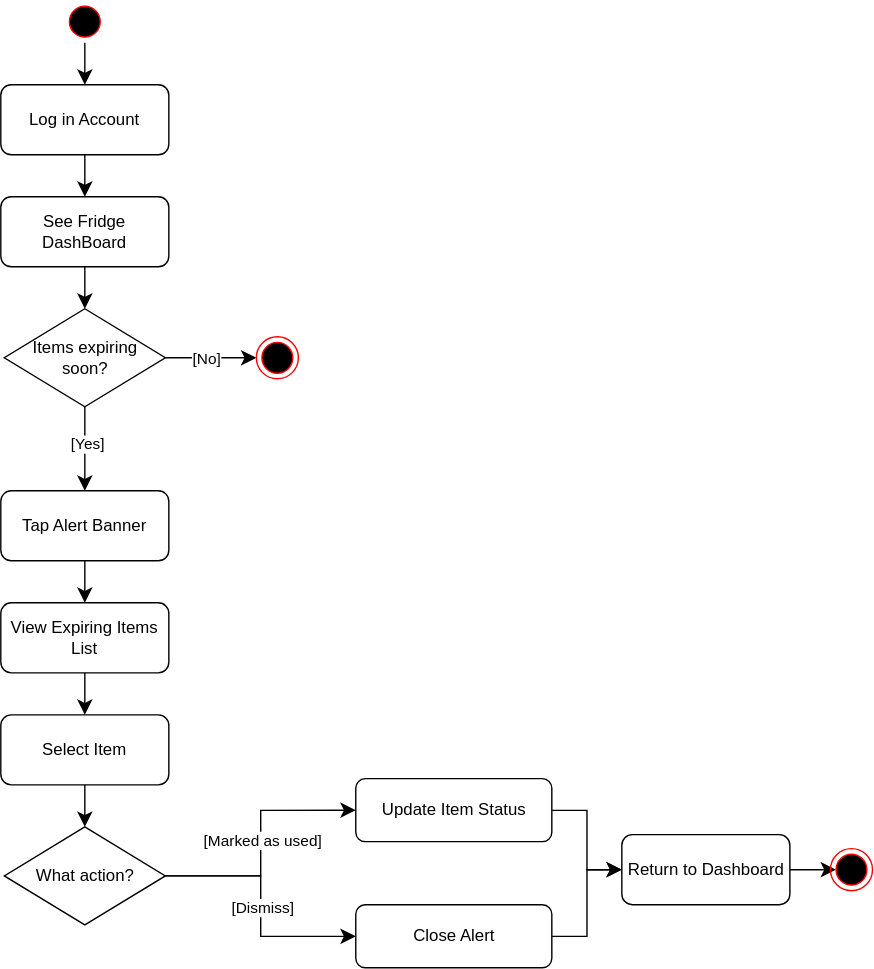
Before: diagrams/individual-10.svg, a diagram exported from draw.io (thk224/1-specification-supernova). Source tidied: cells renumbered, new cells last; positions are measured from the earlier drawing's top-left corner, leaving out a move shared by most shapes. Source of this version:
```xml
<mxGraphModel>
  <root>
    <mxCell id="0" />
    <mxCell id="1" parent="0" />
    <mxCell id="2" style="ellipse;html=1;shape=endState;fillColor=#000000;strokeColor=#ff0000;" parent="1" vertex="1">
      <mxGeometry x="443.5" y="605.6" width="30" height="30" as="geometry" />
    </mxCell>
    <mxCell id="3" style="ellipse;html=1;shape=startState;fillColor=#000000;strokeColor=#ff0000;" parent="1" vertex="1">
      <mxGeometry x="45" width="30" height="30" as="geometry" />
    </mxCell>
    <mxCell id="4" style="edgeStyle=orthogonalEdgeStyle;html=1;verticalAlign=bottom;endArrow=classic;endSize=8;strokeColor=#000000;endFill=1;" parent="1" edge="1" source="3">
      <mxGeometry relative="1" as="geometry">
        <mxPoint x="60" y="60" as="targetPoint" />
      </mxGeometry>
    </mxCell>
    <mxCell id="5" style="edgeStyle=orthogonalEdgeStyle;jettySize=auto;html=1;endFill=1;endSize=8;verticalAlign=bottom;" parent="1" edge="1" source="6">
      <mxGeometry relative="1" as="geometry">
        <mxPoint x="60" y="140" as="targetPoint" />
      </mxGeometry>
    </mxCell>
    <mxCell id="6" value="Log in Account" style="rounded=1;whiteSpace=wrap;html=1;strokeColor=default;" parent="1" vertex="1">
      <mxGeometry y="60" width="120" height="50" as="geometry" />
    </mxCell>
    <mxCell id="7" style="edgeStyle=orthogonalEdgeStyle;jettySize=auto;html=1;endFill=1;endSize=8;verticalAlign=bottom;" parent="1" edge="1" source="8">
      <mxGeometry relative="1" as="geometry">
        <mxPoint x="60" y="220" as="targetPoint" />
      </mxGeometry>
    </mxCell>
    <mxCell id="8" value="See Fridge DashBoard" style="rounded=1;whiteSpace=wrap;html=1;strokeColor=default;" parent="1" vertex="1">
      <mxGeometry y="140" width="120" height="50" as="geometry" />
    </mxCell>
    <mxCell id="9" style="edgeStyle=orthogonalEdgeStyle;rounded=0;jettySize=auto;html=1;endFill=1;endSize=8;verticalAlign=bottom;" parent="1" edge="1" source="10">
      <mxGeometry relative="1" as="geometry">
        <mxPoint x="60" y="430" as="targetPoint" />
      </mxGeometry>
    </mxCell>
    <mxCell id="10" value="Tap Alert Banner" style="rounded=1;whiteSpace=wrap;html=1;strokeColor=default;" parent="1" vertex="1">
      <mxGeometry y="350" width="120" height="50" as="geometry" />
    </mxCell>
    <mxCell id="11" style="edgeStyle=orthogonalEdgeStyle;jettySize=auto;html=1;entryX=0;entryY=0.5;entryDx=0;entryDy=0;endFill=1;endSize=8;verticalAlign=bottom;rounded=0;" parent="1" edge="1" source="12" target="2">
      <mxGeometry relative="1" as="geometry" />
    </mxCell>
    <mxCell id="12" value="Update Item Status" style="rounded=1;whiteSpace=wrap;html=1;strokeColor=default;" parent="1" vertex="1">
      <mxGeometry x="253.5" y="555.6" width="140" height="45" as="geometry" />
    </mxCell>
    <mxCell id="13" style="edgeStyle=orthogonalEdgeStyle;jettySize=auto;html=1;entryX=0;entryY=0.5;entryDx=0;entryDy=0;endFill=1;endSize=8;verticalAlign=bottom;rounded=0;" parent="1" edge="1" source="14" target="2">
      <mxGeometry relative="1" as="geometry" />
    </mxCell>
    <mxCell id="14" value="Close Alert" style="rounded=1;whiteSpace=wrap;html=1;strokeColor=default;" parent="1" vertex="1">
      <mxGeometry x="253.5" y="645.6" width="140" height="45" as="geometry" />
    </mxCell>
    <mxCell id="15" style="edgeStyle=orthogonalEdgeStyle;rounded=0;jettySize=auto;html=1;endFill=1;endSize=8;verticalAlign=bottom;entryX=0.5;entryY=0;entryDx=0;entryDy=0;" parent="1" edge="1" source="19" target="10">
      <mxGeometry relative="1" as="geometry" />
    </mxCell>
    <mxCell id="16" value="[Yes]" style="edgeLabel;html=1;align=center;verticalAlign=middle;" parent="15" vertex="1">
      <mxGeometry x="-0.16" y="1" relative="1" as="geometry" />
    </mxCell>
    <mxCell id="17" style="edgeStyle=orthogonalEdgeStyle;rounded=0;jettySize=auto;html=1;endFill=1;endSize=8;verticalAlign=bottom;entryX=0;entryY=0.5;entryDx=0;entryDy=0;" parent="1" edge="1" source="19" target="20">
      <mxGeometry relative="1" as="geometry" />
    </mxCell>
    <mxCell id="18" value="[No]" style="edgeLabel;html=1;align=center;verticalAlign=middle;points=[];" parent="17" vertex="1">
      <mxGeometry x="-0.12" relative="1" as="geometry" />
    </mxCell>
    <mxCell id="19" value="Items expiring &lt;br&gt;soon?" style="rhombus;whiteSpace=wrap;html=1;rounded=0;strokeColor=default;" parent="1" vertex="1">
      <mxGeometry x="2.5" y="220" width="115" height="70" as="geometry" />
    </mxCell>
    <mxCell id="20" style="ellipse;html=1;shape=endState;fillColor=#000000;strokeColor=#ff0000;" parent="1" vertex="1">
      <mxGeometry x="182.5" y="240" width="30" height="30" as="geometry" />
    </mxCell>
    <mxCell id="21" style="edgeStyle=orthogonalEdgeStyle;rounded=0;jettySize=auto;html=1;entryX=0.5;entryY=0;entryDx=0;entryDy=0;endFill=1;endSize=8;verticalAlign=bottom;" parent="1" edge="1" source="22" target="24">
      <mxGeometry relative="1" as="geometry" />
    </mxCell>
    <mxCell id="22" value="View Expiring Items List" style="rounded=1;whiteSpace=wrap;html=1;strokeColor=default;" parent="1" vertex="1">
      <mxGeometry y="430" width="120" height="50" as="geometry" />
    </mxCell>
    <mxCell id="23" style="edgeStyle=orthogonalEdgeStyle;rounded=0;jettySize=auto;html=1;endFill=1;endSize=8;verticalAlign=bottom;" parent="1" edge="1" source="24">
      <mxGeometry relative="1" as="geometry">
        <mxPoint x="60" y="590" as="targetPoint" />
      </mxGeometry>
    </mxCell>
    <mxCell id="24" value="Select Item" style="rounded=1;whiteSpace=wrap;html=1;strokeColor=default;" parent="1" vertex="1">
      <mxGeometry y="510" width="120" height="50" as="geometry" />
    </mxCell>
    <mxCell id="25" style="edgeStyle=orthogonalEdgeStyle;rounded=0;jettySize=auto;html=1;entryX=0;entryY=0.5;entryDx=0;entryDy=0;endFill=1;endSize=8;verticalAlign=bottom;" parent="1" edge="1" source="29" target="12">
      <mxGeometry relative="1" as="geometry" />
    </mxCell>
    <mxCell id="26" value="[Marked as used]" style="edgeLabel;html=1;align=center;verticalAlign=middle;" parent="25" vertex="1">
      <mxGeometry x="0.03" relative="1" as="geometry" />
    </mxCell>
    <mxCell id="27" style="edgeStyle=orthogonalEdgeStyle;rounded=0;jettySize=auto;html=1;endFill=1;endSize=8;verticalAlign=bottom;" parent="1" edge="1" source="29" target="14">
      <mxGeometry relative="1" as="geometry" />
    </mxCell>
    <mxCell id="28" value="[Dismiss]" style="edgeLabel;html=1;align=center;verticalAlign=middle;" parent="27" vertex="1">
      <mxGeometry relative="1" as="geometry" />
    </mxCell>
    <mxCell id="29" value="What action?" style="rhombus;whiteSpace=wrap;html=1;rounded=0;strokeColor=default;" parent="1" vertex="1">
      <mxGeometry x="2.5" y="590" width="115" height="70" as="geometry" />
    </mxCell>
    <mxCell id="30" style="edgeStyle=orthogonalEdgeStyle;rounded=0;jettySize=auto;html=1;endFill=1;endSize=8;verticalAlign=bottom;" parent="1" edge="1" source="31">
      <mxGeometry relative="1" as="geometry">
        <mxPoint x="596.5" y="620.6" as="targetPoint" />
      </mxGeometry>
    </mxCell>
    <mxCell id="31" value="Return to Dashboard" style="rounded=1;whiteSpace=wrap;html=1;strokeColor=default;" parent="1" vertex="1">
      <mxGeometry x="443.5" y="595.6" width="120" height="50" as="geometry" />
    </mxCell>
    <mxCell id="32" style="ellipse;html=1;shape=endState;fillColor=#000000;strokeColor=#ff0000;" parent="1" vertex="1">
      <mxGeometry x="592.5" y="605.6" width="30" height="30" as="geometry" />
    </mxCell>
  </root>
</mxGraphModel>
```
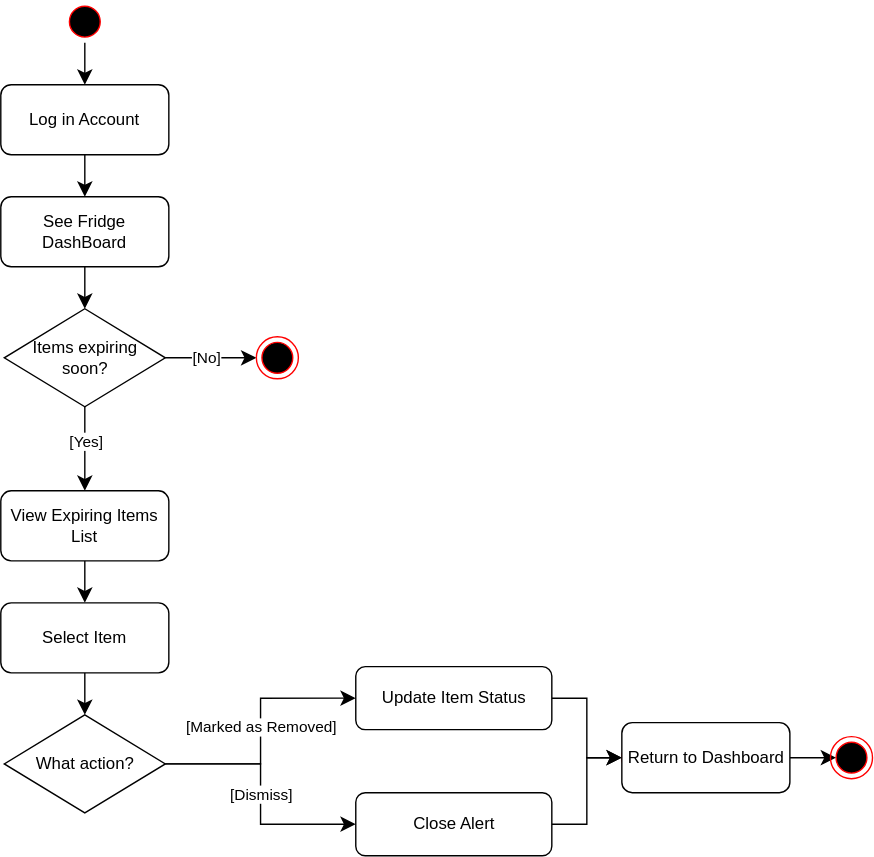
Later version of the same file.

The edit, as a diff of the source:
```diff
@@ -3,7 +3,7 @@
     <mxCell id="0" />
     <mxCell id="1" parent="0" />
     <mxCell id="2" style="ellipse;html=1;shape=endState;fillColor=#000000;strokeColor=#ff0000;" parent="1" vertex="1">
-      <mxGeometry x="443.5" y="605.6" width="30" height="30" as="geometry" />
+      <mxGeometry x="443.5" y="525.6" width="30" height="30" as="geometry" />
     </mxCell>
     <mxCell id="3" style="ellipse;html=1;shape=startState;fillColor=#000000;strokeColor=#ff0000;" parent="1" vertex="1">
       <mxGeometry x="45" width="30" height="30" as="geometry" />
@@ -29,83 +29,77 @@
     <mxCell id="8" value="See Fridge DashBoard" style="rounded=1;whiteSpace=wrap;html=1;strokeColor=default;" parent="1" vertex="1">
       <mxGeometry y="140" width="120" height="50" as="geometry" />
     </mxCell>
-    <mxCell id="9" style="edgeStyle=orthogonalEdgeStyle;rounded=0;jettySize=auto;html=1;endFill=1;endSize=8;verticalAlign=bottom;" parent="1" edge="1" source="10">
-      <mxGeometry relative="1" as="geometry">
-        <mxPoint x="60" y="430" as="targetPoint" />
-      </mxGeometry>
+    <mxCell id="9" style="edgeStyle=orthogonalEdgeStyle;jettySize=auto;html=1;entryX=0;entryY=0.5;entryDx=0;entryDy=0;endFill=1;endSize=8;verticalAlign=bottom;rounded=0;" parent="1" edge="1" source="10" target="2">
+      <mxGeometry relative="1" as="geometry" />
     </mxCell>
-    <mxCell id="10" value="Tap Alert Banner" style="rounded=1;whiteSpace=wrap;html=1;strokeColor=default;" parent="1" vertex="1">
-      <mxGeometry y="350" width="120" height="50" as="geometry" />
+    <mxCell id="10" value="Update Item Status" style="rounded=1;whiteSpace=wrap;html=1;strokeColor=default;" parent="1" vertex="1">
+      <mxGeometry x="253.5" y="475.6" width="140" height="45" as="geometry" />
     </mxCell>
     <mxCell id="11" style="edgeStyle=orthogonalEdgeStyle;jettySize=auto;html=1;entryX=0;entryY=0.5;entryDx=0;entryDy=0;endFill=1;endSize=8;verticalAlign=bottom;rounded=0;" parent="1" edge="1" source="12" target="2">
       <mxGeometry relative="1" as="geometry" />
     </mxCell>
-    <mxCell id="12" value="Update Item Status" style="rounded=1;whiteSpace=wrap;html=1;strokeColor=default;" parent="1" vertex="1">
-      <mxGeometry x="253.5" y="555.6" width="140" height="45" as="geometry" />
+    <mxCell id="12" value="Close Alert" style="rounded=1;whiteSpace=wrap;html=1;strokeColor=default;" parent="1" vertex="1">
+      <mxGeometry x="253.5" y="565.6" width="140" height="45" as="geometry" />
     </mxCell>
-    <mxCell id="13" style="edgeStyle=orthogonalEdgeStyle;jettySize=auto;html=1;entryX=0;entryY=0.5;entryDx=0;entryDy=0;endFill=1;endSize=8;verticalAlign=bottom;rounded=0;" parent="1" edge="1" source="14" target="2">
-      <mxGeometry relative="1" as="geometry" />
+    <mxCell id="13" style="edgeStyle=orthogonalEdgeStyle;rounded=0;jettySize=auto;html=1;endFill=1;endSize=8;verticalAlign=bottom;entryX=0.5;entryY=0;entryDx=0;entryDy=0;" parent="1" edge="1" source="17">
+      <mxGeometry relative="1" as="geometry">
+        <mxPoint x="60" y="350" as="targetPoint" />
+      </mxGeometry>
     </mxCell>
-    <mxCell id="14" value="Close Alert" style="rounded=1;whiteSpace=wrap;html=1;strokeColor=default;" parent="1" vertex="1">
-      <mxGeometry x="253.5" y="645.6" width="140" height="45" as="geometry" />
+    <mxCell id="14" value="[Yes]" style="edgeLabel;html=1;align=center;verticalAlign=middle;points=[];" parent="13" vertex="1">
+      <mxGeometry x="-0.16" y="1" relative="1" as="geometry" />
     </mxCell>
-    <mxCell id="15" style="edgeStyle=orthogonalEdgeStyle;rounded=0;jettySize=auto;html=1;endFill=1;endSize=8;verticalAlign=bottom;entryX=0.5;entryY=0;entryDx=0;entryDy=0;" parent="1" edge="1" source="19" target="10">
+    <mxCell id="15" style="edgeStyle=orthogonalEdgeStyle;rounded=0;jettySize=auto;html=1;endFill=1;endSize=8;verticalAlign=bottom;entryX=0;entryY=0.5;entryDx=0;entryDy=0;" parent="1" edge="1" source="17" target="18">
       <mxGeometry relative="1" as="geometry" />
     </mxCell>
-    <mxCell id="16" value="[Yes]" style="edgeLabel;html=1;align=center;verticalAlign=middle;" parent="15" vertex="1">
-      <mxGeometry x="-0.16" y="1" relative="1" as="geometry" />
+    <mxCell id="16" value="[No]" style="edgeLabel;html=1;align=center;verticalAlign=middle;" parent="15" vertex="1">
+      <mxGeometry x="-0.12" relative="1" as="geometry" />
     </mxCell>
-    <mxCell id="17" style="edgeStyle=orthogonalEdgeStyle;rounded=0;jettySize=auto;html=1;endFill=1;endSize=8;verticalAlign=bottom;entryX=0;entryY=0.5;entryDx=0;entryDy=0;" parent="1" edge="1" source="19" target="20">
-      <mxGeometry relative="1" as="geometry" />
+    <mxCell id="17" value="Items expiring &lt;br&gt;soon?" style="rhombus;whiteSpace=wrap;html=1;rounded=0;strokeColor=default;" parent="1" vertex="1">
+      <mxGeometry x="2.5" y="220" width="115" height="70" as="geometry" />
     </mxCell>
-    <mxCell id="18" value="[No]" style="edgeLabel;html=1;align=center;verticalAlign=middle;points=[];" parent="17" vertex="1">
-      <mxGeometry x="-0.12" relative="1" as="geometry" />
+    <mxCell id="18" style="ellipse;html=1;shape=endState;fillColor=#000000;strokeColor=#ff0000;" parent="1" vertex="1">
+      <mxGeometry x="182.5" y="240" width="30" height="30" as="geometry" />
     </mxCell>
-    <mxCell id="19" value="Items expiring &lt;br&gt;soon?" style="rhombus;whiteSpace=wrap;html=1;rounded=0;strokeColor=default;" parent="1" vertex="1">
-      <mxGeometry x="2.5" y="220" width="115" height="70" as="geometry" />
+    <mxCell id="19" style="edgeStyle=orthogonalEdgeStyle;rounded=0;jettySize=auto;html=1;entryX=0.5;entryY=0;entryDx=0;entryDy=0;endFill=1;endSize=8;verticalAlign=bottom;" parent="1" edge="1" source="20" target="22">
+      <mxGeometry relative="1" as="geometry" />
     </mxCell>
-    <mxCell id="20" style="ellipse;html=1;shape=endState;fillColor=#000000;strokeColor=#ff0000;" parent="1" vertex="1">
-      <mxGeometry x="182.5" y="240" width="30" height="30" as="geometry" />
+    <mxCell id="20" value="View Expiring Items List" style="rounded=1;whiteSpace=wrap;html=1;strokeColor=default;" parent="1" vertex="1">
+      <mxGeometry y="350" width="120" height="50" as="geometry" />
     </mxCell>
-    <mxCell id="21" style="edgeStyle=orthogonalEdgeStyle;rounded=0;jettySize=auto;html=1;entryX=0.5;entryY=0;entryDx=0;entryDy=0;endFill=1;endSize=8;verticalAlign=bottom;" parent="1" edge="1" source="22" target="24">
-      <mxGeometry relative="1" as="geometry" />
+    <mxCell id="21" style="edgeStyle=orthogonalEdgeStyle;rounded=0;jettySize=auto;html=1;endFill=1;endSize=8;verticalAlign=bottom;" parent="1" edge="1" source="22">
+      <mxGeometry relative="1" as="geometry">
+        <mxPoint x="60" y="510" as="targetPoint" />
+      </mxGeometry>
     </mxCell>
-    <mxCell id="22" value="View Expiring Items List" style="rounded=1;whiteSpace=wrap;html=1;strokeColor=default;" parent="1" vertex="1">
+    <mxCell id="22" value="Select Item" style="rounded=1;whiteSpace=wrap;html=1;strokeColor=default;" parent="1" vertex="1">
       <mxGeometry y="430" width="120" height="50" as="geometry" />
     </mxCell>
-    <mxCell id="23" style="edgeStyle=orthogonalEdgeStyle;rounded=0;jettySize=auto;html=1;endFill=1;endSize=8;verticalAlign=bottom;" parent="1" edge="1" source="24">
-      <mxGeometry relative="1" as="geometry">
-        <mxPoint x="60" y="590" as="targetPoint" />
-      </mxGeometry>
+    <mxCell id="23" style="edgeStyle=orthogonalEdgeStyle;rounded=0;jettySize=auto;html=1;entryX=0;entryY=0.5;entryDx=0;entryDy=0;endFill=1;endSize=8;verticalAlign=bottom;" parent="1" edge="1" source="27" target="10">
+      <mxGeometry relative="1" as="geometry" />
     </mxCell>
-    <mxCell id="24" value="Select Item" style="rounded=1;whiteSpace=wrap;html=1;strokeColor=default;" parent="1" vertex="1">
-      <mxGeometry y="510" width="120" height="50" as="geometry" />
+    <mxCell id="24" value="[Marked as Removed]" style="edgeLabel;html=1;align=center;verticalAlign=middle;points=[];" parent="23" vertex="1">
+      <mxGeometry x="0.03" relative="1" as="geometry" />
     </mxCell>
-    <mxCell id="25" style="edgeStyle=orthogonalEdgeStyle;rounded=0;jettySize=auto;html=1;entryX=0;entryY=0.5;entryDx=0;entryDy=0;endFill=1;endSize=8;verticalAlign=bottom;" parent="1" edge="1" source="29" target="12">
+    <mxCell id="25" style="edgeStyle=orthogonalEdgeStyle;rounded=0;jettySize=auto;html=1;endFill=1;endSize=8;verticalAlign=bottom;" parent="1" edge="1" source="27" target="12">
       <mxGeometry relative="1" as="geometry" />
     </mxCell>
-    <mxCell id="26" value="[Marked as used]" style="edgeLabel;html=1;align=center;verticalAlign=middle;" parent="25" vertex="1">
-      <mxGeometry x="0.03" relative="1" as="geometry" />
+    <mxCell id="26" value="[Dismiss]" style="edgeLabel;html=1;align=center;verticalAlign=middle;" parent="25" vertex="1">
+      <mxGeometry relative="1" as="geometry" />
     </mxCell>
-    <mxCell id="27" style="edgeStyle=orthogonalEdgeStyle;rounded=0;jettySize=auto;html=1;endFill=1;endSize=8;verticalAlign=bottom;" parent="1" edge="1" source="29" target="14">
-      <mxGeometry relative="1" as="geometry" />
+    <mxCell id="27" value="What action?" style="rhombus;whiteSpace=wrap;html=1;rounded=0;strokeColor=default;" parent="1" vertex="1">
+      <mxGeometry x="2.5" y="510" width="115" height="70" as="geometry" />
     </mxCell>
-    <mxCell id="28" value="[Dismiss]" style="edgeLabel;html=1;align=center;verticalAlign=middle;" parent="27" vertex="1">
-      <mxGeometry relative="1" as="geometry" />
+    <mxCell id="28" style="edgeStyle=orthogonalEdgeStyle;rounded=0;jettySize=auto;html=1;endFill=1;endSize=8;verticalAlign=bottom;" parent="1" edge="1" source="29">
+      <mxGeometry relative="1" as="geometry">
+        <mxPoint x="596.5" y="540.6" as="targetPoint" />
+      </mxGeometry>
     </mxCell>
-    <mxCell id="29" value="What action?" style="rhombus;whiteSpace=wrap;html=1;rounded=0;strokeColor=default;" parent="1" vertex="1">
-      <mxGeometry x="2.5" y="590" width="115" height="70" as="geometry" />
+    <mxCell id="29" value="Return to Dashboard" style="rounded=1;whiteSpace=wrap;html=1;strokeColor=default;" parent="1" vertex="1">
+      <mxGeometry x="443.5" y="515.6" width="120" height="50" as="geometry" />
     </mxCell>
-    <mxCell id="30" style="edgeStyle=orthogonalEdgeStyle;rounded=0;jettySize=auto;html=1;endFill=1;endSize=8;verticalAlign=bottom;" parent="1" edge="1" source="31">
-      <mxGeometry relative="1" as="geometry">
-        <mxPoint x="596.5" y="620.6" as="targetPoint" />
-      </mxGeometry>
+    <mxCell id="30" style="ellipse;html=1;shape=endState;fillColor=#000000;strokeColor=#ff0000;" parent="1" vertex="1">
+      <mxGeometry x="592.5" y="525.6" width="30" height="30" as="geometry" />
     </mxCell>
-    <mxCell id="31" value="Return to Dashboard" style="rounded=1;whiteSpace=wrap;html=1;strokeColor=default;" parent="1" vertex="1">
-      <mxGeometry x="443.5" y="595.6" width="120" height="50" as="geometry" />
-    </mxCell>
-    <mxCell id="32" style="ellipse;html=1;shape=endState;fillColor=#000000;strokeColor=#ff0000;" parent="1" vertex="1">
-      <mxGeometry x="592.5" y="605.6" width="30" height="30" as="geometry" />
-    </mxCell>
   </root>
 </mxGraphModel>
```
